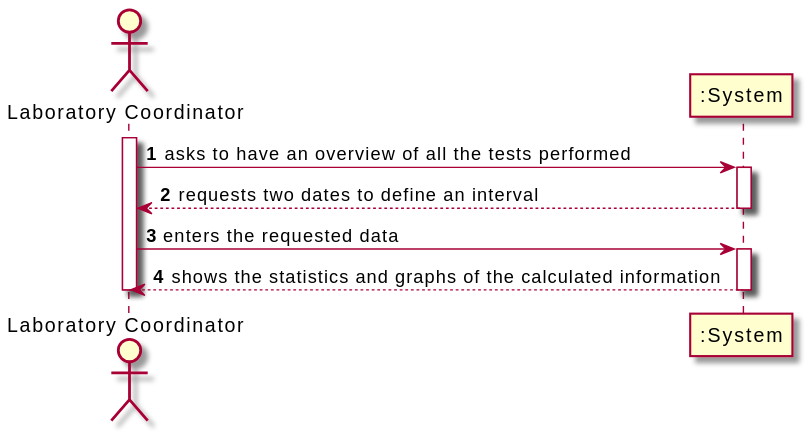
The PlantUML diagram docs/SprintD/US_16/US16_SSD.svg in RuiRioPina/LAPR2-20-21, before a commit. Its diagram source:
```plantuml
@startuml
autonumber
actor "Laboratory Coordinator" as LC

activate LC
LC-> ":System" : asks to have an overview of all the tests performed
activate ":System"
":System" --> LC: requests two dates to define an interval
deactivate ":System"

LC-> ":System" : enters the requested data
activate ":System"
":System" --> LC: shows the statistics and graphs of the calculated information
deactivate ":System"

deactivate LC
@enduml
```
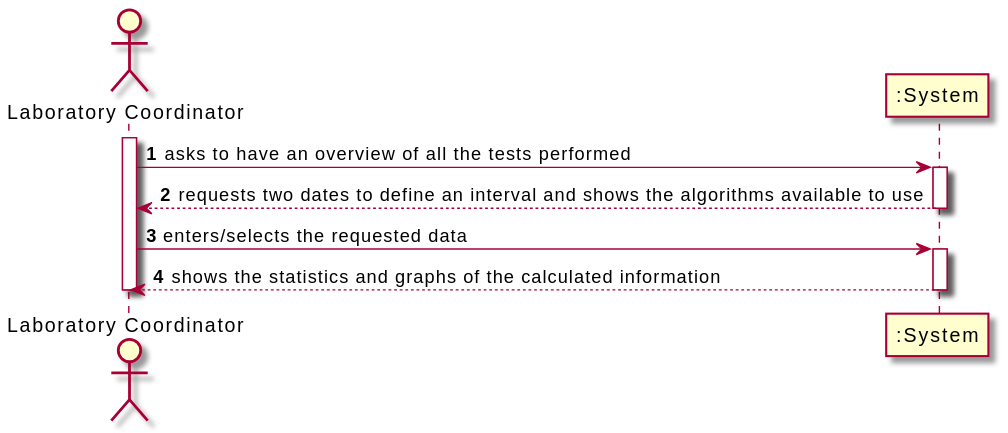
The same diagram one commit later.

Diff of the diagram source:
```diff
@@ -5,10 +5,10 @@
 activate LC
 LC-> ":System" : asks to have an overview of all the tests performed
 activate ":System"
-":System" --> LC: requests two dates to define an interval
+":System" --> LC: requests two dates to define an interval and shows the algorithms available to use
 deactivate ":System"
 
-LC-> ":System" : enters the requested data
+LC-> ":System" : enters/selects the requested data
 activate ":System"
 ":System" --> LC: shows the statistics and graphs of the calculated information
 deactivate ":System"
```
